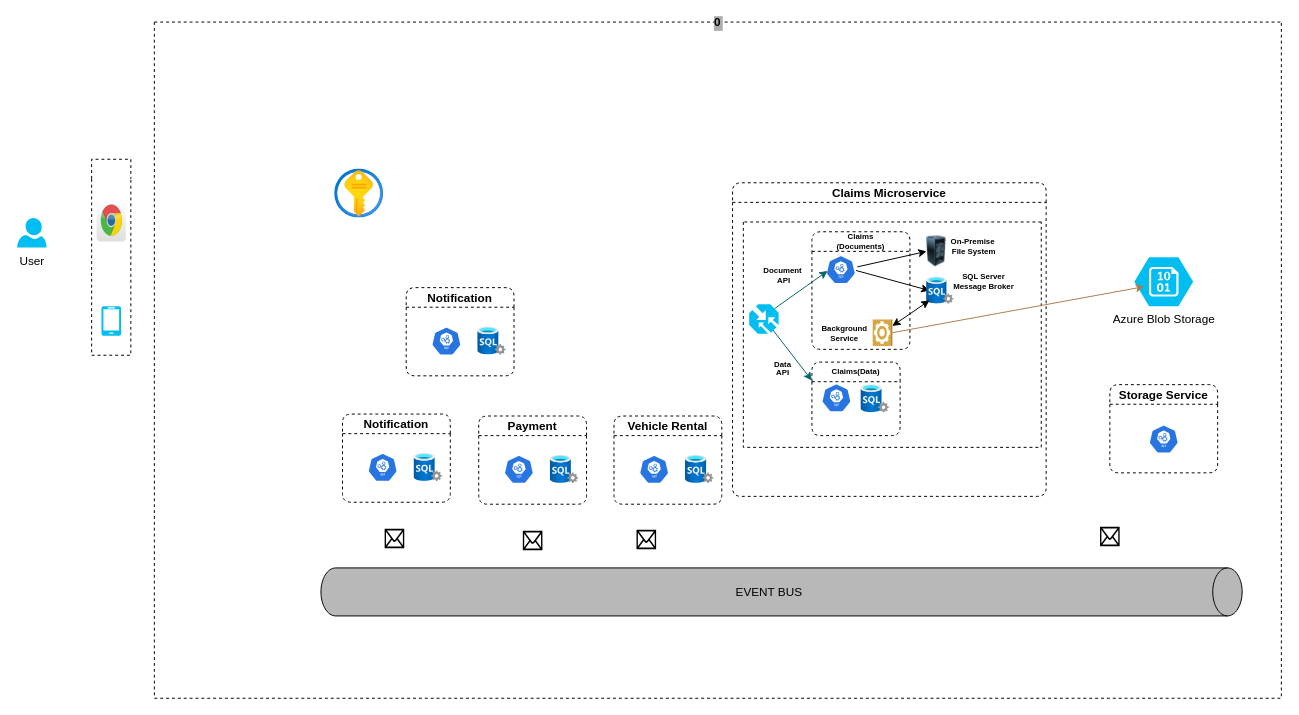
The draw.io diagram solution-diagram.drawio in rahulpandey1589/solution-diagrams, before the edit. Source tidied: cells renumbered, new cells numbered last; positions are measured from the earlier drawing's top-left corner, leaving out a move shared by most shapes. Both pictures are drawn from the tidied source at 98%, with x=0, y=0 at pixel (17, 22).
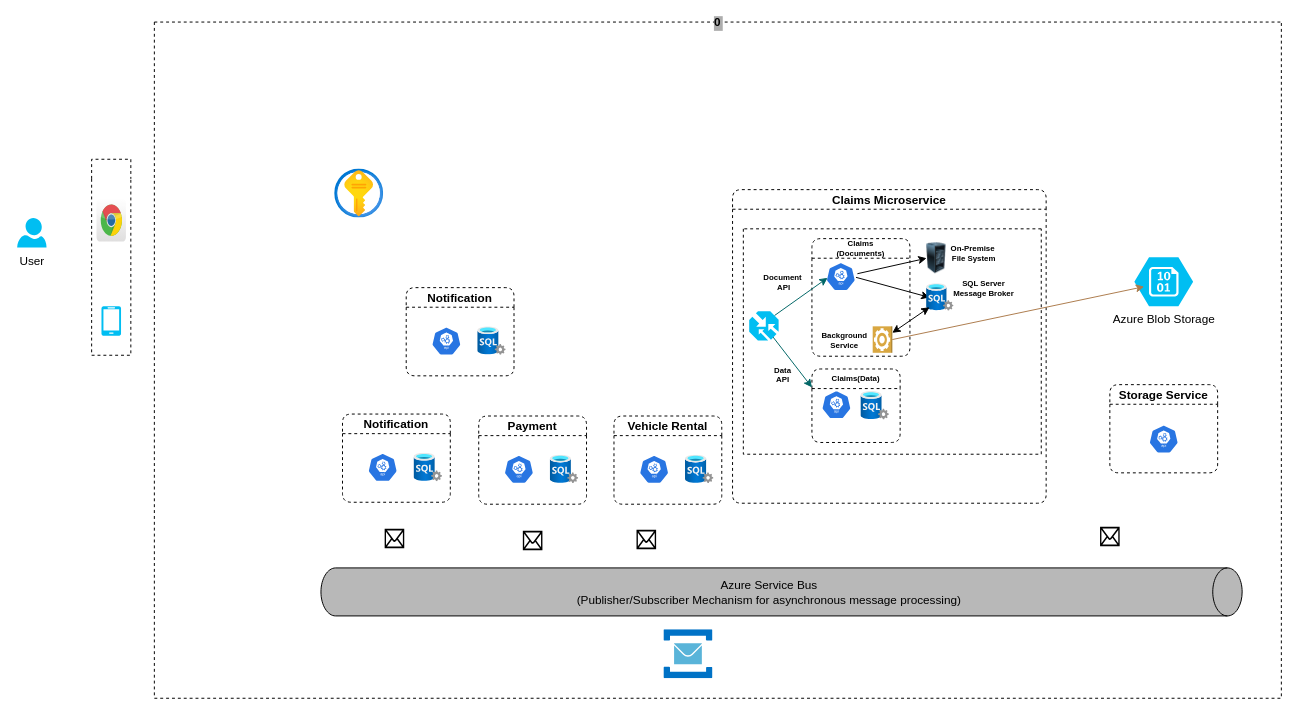
Above is the later version.

The change refers to these unchanged cells:
```xml
<mxCell id="6" value="0" style="swimlane;startSize=0;labelBackgroundColor=#ADADAD;fillColor=#969696;dashed=1;" parent="1" vertex="1">
  <mxGeometry x="140" width="1150" height="690" as="geometry" />
</mxCell>
```

Change to the diagram source:
```diff
@@
-    <mxCell id="9" value="EVENT BUS" style="shape=cylinder3;whiteSpace=wrap;boundedLbl=1;backgroundOutline=1;size=15;fillColor=#B8B8B8;align=center;direction=south;labelPosition=center;verticalLabelPosition=middle;verticalAlign=middle;labelBackgroundColor=none;labelBorderColor=none;html=1;" parent="6" vertex="1">
+    <mxCell id="9" value="Azure Service Bus&lt;br&gt;(Publisher/Subscriber Mechanism for asynchronous message processing)" style="shape=cylinder3;whiteSpace=wrap;boundedLbl=1;backgroundOutline=1;size=15;fillColor=#B8B8B8;align=center;direction=south;labelPosition=center;verticalLabelPosition=middle;verticalAlign=middle;labelBackgroundColor=none;labelBorderColor=none;html=1;" parent="6" vertex="1">
       <mxGeometry x="170" y="557" width="940" height="49" as="geometry" />
     </mxCell>
@@
     <mxCell id="14" value="Claims Microservice" style="swimlane;startSize=20;glass=0;swimlaneLine=1;dashed=1;strokeWidth=1;swimlaneFillColor=none;rounded=1;shadow=0;sketch=0;swimlaneHead=1;horizontal=1;noLabel=0;" parent="6" vertex="1">
-      <mxGeometry x="590" y="164" width="320" height="320" as="geometry" />
+      <mxGeometry x="590" y="171" width="320" height="320" as="geometry" />
     </mxCell>
@@
+    <mxCell id="52" style="sketch=0;html=1;align=center;image;fontSize=12;image=img/lib/mscae/Service_Bus.svg;" parent="6" vertex="1">
+      <mxGeometry x="520" y="620" width="50" height="50" as="geometry" />
+    </mxCell>
```
